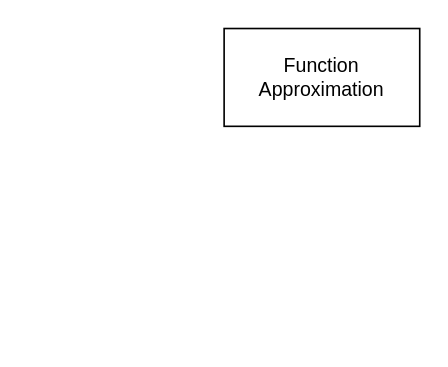
Above: Data Streaming Compression/Compress_data_stream.drawio in tuankiet-sudo/Scientific-Research-References (draw.io), before the change. Source tidied: cells renumbered, new cells numbered last; positions are measured from the earlier drawing's top-left corner, leaving out a move shared by most shapes. Both pictures are drawn from the tidied source at 163%, with x=0, y=0 at pixel (223, 28).
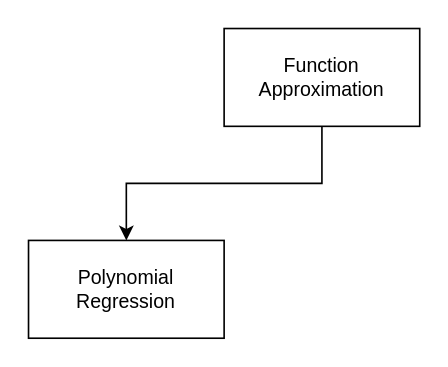
The same page after the edit.

Diff of the diagram source:
```diff
@@
 <mxGraphModel>
   <root>
     <mxCell id="0" />
     <mxCell id="1" parent="0" />
+    <mxCell id="3" style="edgeStyle=orthogonalEdgeStyle;rounded=0;jettySize=auto;html=1;entryX=0.5;entryY=0;entryDx=0;entryDy=0;" parent="1" edge="1" source="2" target="4">
+      <mxGeometry relative="1" as="geometry" />
+    </mxCell>
     <mxCell id="2" value="Function Approximation" style="rounded=0;whiteSpace=wrap;html=1;" parent="1" vertex="1">
       <mxGeometry width="120" height="60" as="geometry" />
     </mxCell>
+    <mxCell id="4" value="Polynomial&lt;div&gt;Regression&lt;/div&gt;" style="rounded=0;whiteSpace=wrap;html=1;" parent="1" vertex="1">
+      <mxGeometry x="-120" y="130" width="120" height="60" as="geometry" />
+    </mxCell>
   </root>
 </mxGraphModel>
```
